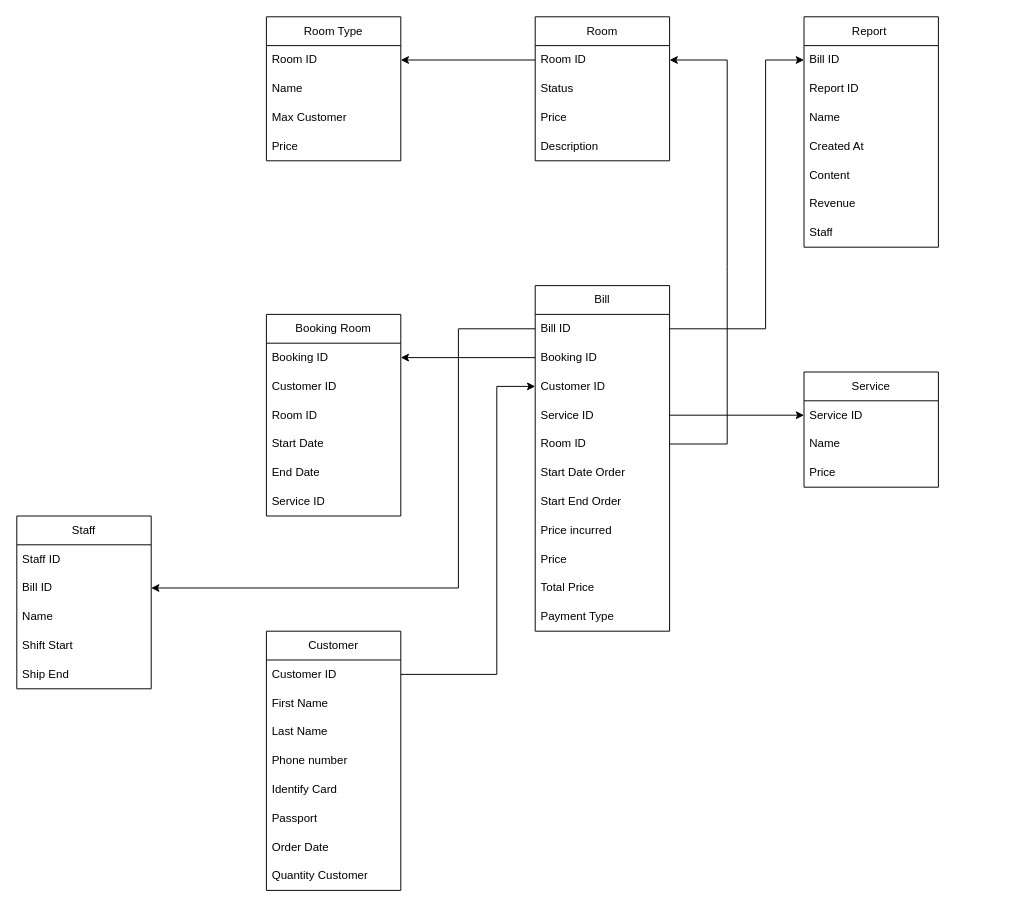
hoangdat12/Lexical- keeps this draw.io diagram as Untitled Diagram.drawio. Above is the earlier version. Source tidied: cells renumbered, new cells numbered last; positions are measured from the earlier drawing's top-left corner, leaving out a move shared by most shapes. Both pictures are drawn from the tidied source at 96%, with x=0, y=0 at pixel (16, 16).
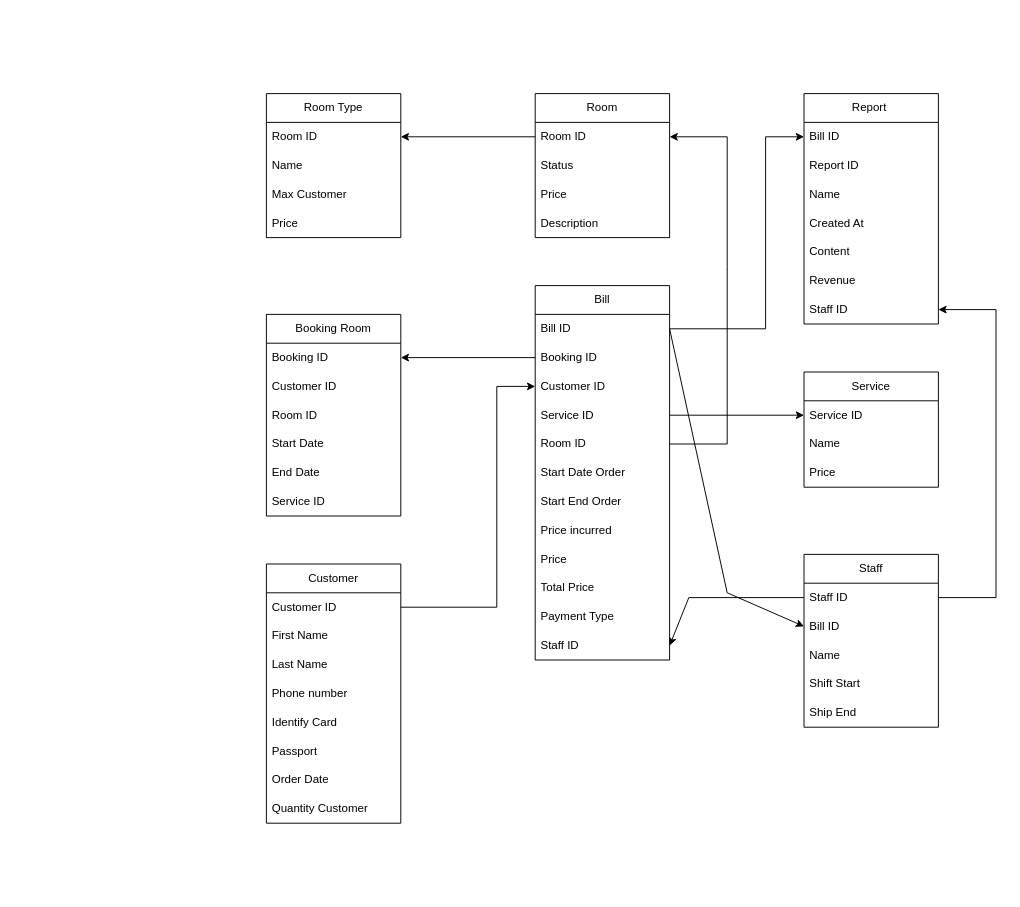
The same diagram, later.

Unchanged cells that the change refers to:
```xml
<mxCell id="3" value="Room ID" style="text;strokeColor=none;fillColor=none;align=left;verticalAlign=middle;spacingLeft=4;spacingRight=4;overflow=hidden;points=[[0,0.5],[1,0.5]];portConstraint=eastwest;whiteSpace=wrap;html=1;" parent="2" vertex="1">
  <mxGeometry y="30" width="140" height="30" as="geometry" />
</mxCell>
<mxCell id="8" value="Customer ID" style="text;strokeColor=none;fillColor=none;align=left;verticalAlign=middle;spacingLeft=4;spacingRight=4;overflow=hidden;points=[[0,0.5],[1,0.5]];portConstraint=eastwest;whiteSpace=wrap;html=1;" parent="7" vertex="1">
  <mxGeometry y="30" width="140" height="30" as="geometry" />
</mxCell>
<mxCell id="24" value="Bill ID" style="text;strokeColor=none;fillColor=none;align=left;verticalAlign=middle;spacingLeft=4;spacingRight=4;overflow=hidden;points=[[0,0.5],[1,0.5]];portConstraint=eastwest;whiteSpace=wrap;html=1;" parent="23" vertex="1">
  <mxGeometry y="30" width="140" height="30" as="geometry" />
</mxCell>
<mxCell id="26" value="Customer ID" style="text;strokeColor=none;fillColor=none;align=left;verticalAlign=middle;spacingLeft=4;spacingRight=4;overflow=hidden;points=[[0,0.5],[1,0.5]];portConstraint=eastwest;whiteSpace=wrap;html=1;" parent="23" vertex="1">
  <mxGeometry y="90" width="140" height="30" as="geometry" />
</mxCell>
<mxCell id="28" value="Room ID" style="text;strokeColor=none;fillColor=none;align=left;verticalAlign=middle;spacingLeft=4;spacingRight=4;overflow=hidden;points=[[0,0.5],[1,0.5]];portConstraint=eastwest;whiteSpace=wrap;html=1;" parent="23" vertex="1">
  <mxGeometry y="150" width="140" height="30" as="geometry" />
</mxCell>
<mxCell id="41" value="Bill ID" style="text;strokeColor=none;fillColor=none;align=left;verticalAlign=middle;spacingLeft=4;spacingRight=4;overflow=hidden;points=[[0,0.5],[1,0.5]];portConstraint=eastwest;whiteSpace=wrap;html=1;" parent="40" vertex="1">
  <mxGeometry y="30" width="140" height="30" as="geometry" />
</mxCell>
<mxCell id="53" value="Staff ID" style="text;strokeColor=none;fillColor=none;align=left;verticalAlign=middle;spacingLeft=4;spacingRight=4;overflow=hidden;points=[[0,0.5],[1,0.5]];portConstraint=eastwest;whiteSpace=wrap;html=1;" parent="52" vertex="1">
  <mxGeometry y="30" width="140" height="30" as="geometry" />
</mxCell>
<mxCell id="54" value="Bill ID" style="text;strokeColor=none;fillColor=none;align=left;verticalAlign=middle;spacingLeft=4;spacingRight=4;overflow=hidden;points=[[0,0.5],[1,0.5]];portConstraint=eastwest;whiteSpace=wrap;html=1;" parent="52" vertex="1">
  <mxGeometry y="60" width="140" height="30" as="geometry" />
</mxCell>
```

The edit, as a diff of the source:
```diff
@@
     <mxCell id="2" value="Room" style="swimlane;fontStyle=0;horizontal=1;startSize=30;whiteSpace=wrap;html=1;" parent="1" vertex="1">
-      <mxGeometry x="540" width="140" height="150" as="geometry" />
+      <mxGeometry x="540" y="80" width="140" height="150" as="geometry" />
     </mxCell>
@@
     <mxCell id="7" value="Customer" style="swimlane;fontStyle=0;horizontal=1;startSize=30;whiteSpace=wrap;html=1;" parent="1" vertex="1">
-      <mxGeometry x="260" y="640" width="140" height="270" as="geometry" />
+      <mxGeometry x="260" y="570" width="140" height="270" as="geometry" />
     </mxCell>
@@
     <mxCell id="23" value="Bill" style="swimlane;fontStyle=0;horizontal=1;startSize=30;whiteSpace=wrap;html=1;" parent="1" vertex="1">
-      <mxGeometry x="540" y="280" width="140" height="360" as="geometry" />
+      <mxGeometry x="540" y="280" width="140" height="390" as="geometry" />
     </mxCell>
@@
+    <mxCell id="65" value="Staff ID" style="text;strokeColor=none;fillColor=none;align=left;verticalAlign=middle;spacingLeft=4;spacingRight=4;overflow=hidden;points=[[0,0.5],[1,0.5]];portConstraint=eastwest;whiteSpace=wrap;html=1;" parent="23" vertex="1">
+      <mxGeometry y="360" width="140" height="30" as="geometry" />
+    </mxCell>
     <mxCell id="35" value="Room Type" style="swimlane;fontStyle=0;horizontal=1;startSize=30;whiteSpace=wrap;html=1;" parent="1" vertex="1">
-      <mxGeometry x="260" width="140" height="150" as="geometry" />
+      <mxGeometry x="260" y="80" width="140" height="150" as="geometry" />
     </mxCell>
@@
     <mxCell id="40" value="Report&amp;nbsp;" style="swimlane;fontStyle=0;horizontal=1;startSize=30;whiteSpace=wrap;html=1;" parent="1" vertex="1">
-      <mxGeometry x="820" width="140" height="240" as="geometry" />
+      <mxGeometry x="820" y="80" width="140" height="240" as="geometry" />
     </mxCell>
@@
-    <mxCell id="47" value="Staff" style="text;strokeColor=none;fillColor=none;align=left;verticalAlign=middle;spacingLeft=4;spacingRight=4;overflow=hidden;points=[[0,0.5],[1,0.5]];portConstraint=eastwest;whiteSpace=wrap;html=1;" parent="40" vertex="1">
+    <mxCell id="47" value="Staff ID" style="text;strokeColor=none;fillColor=none;align=left;verticalAlign=middle;spacingLeft=4;spacingRight=4;overflow=hidden;points=[[0,0.5],[1,0.5]];portConstraint=eastwest;whiteSpace=wrap;html=1;" parent="40" vertex="1">
       <mxGeometry y="210" width="140" height="30" as="geometry" />
     </mxCell>
@@
     <mxCell id="52" value="Staff" style="swimlane;fontStyle=0;horizontal=1;startSize=30;whiteSpace=wrap;html=1;" parent="1" vertex="1">
-      <mxGeometry y="520" width="140" height="180" as="geometry" />
+      <mxGeometry x="820" y="560" width="140" height="180" as="geometry" />
     </mxCell>
@@
     <mxCell id="61" style="endArrow=classic;html=1;rounded=0;exitX=1;exitY=0.5;exitDx=0;exitDy=0;entryX=0;entryY=0.5;entryDx=0;entryDy=0;" parent="1" edge="1" source="8" target="26">
       <mxGeometry relative="1" as="geometry">
         <Array as="points">
-          <mxPoint x="500" y="685" />
+          <mxPoint x="500" y="615" />
           <mxPoint x="500" y="385" />
         </Array>
       </mxGeometry>
     </mxCell>
     <mxCell id="62" style="endArrow=classic;html=1;rounded=0;exitX=1;exitY=0.5;exitDx=0;exitDy=0;entryX=1;entryY=0.5;entryDx=0;entryDy=0;" parent="1" edge="1" source="28" target="3">
       <mxGeometry relative="1" as="geometry">
         <Array as="points">
           <mxPoint x="740" y="445" />
           <mxPoint x="740" y="260" />
-          <mxPoint x="740" y="45" />
+          <mxPoint x="740" y="125" />
         </Array>
       </mxGeometry>
     </mxCell>
+    <mxCell id="64" style="endArrow=classic;html=1;rounded=0;exitX=1;exitY=0.5;exitDx=0;exitDy=0;entryX=0;entryY=0.5;entryDx=0;entryDy=0;" parent="1" edge="1" source="24" target="41">
+      <mxGeometry relative="1" as="geometry">
+        <Array as="points">
+          <mxPoint x="780" y="325" />
+          <mxPoint x="780" y="125" />
+        </Array>
+      </mxGeometry>
+    </mxCell>
-    <mxCell id="63" style="endArrow=classic;html=1;rounded=0;exitX=0;exitY=0.5;exitDx=0;exitDy=0;entryX=1;entryY=0.5;entryDx=0;entryDy=0;" parent="1" edge="1" source="24" target="54">
+    <mxCell id="63" style="endArrow=classic;html=1;rounded=0;exitX=1;exitY=0.5;exitDx=0;exitDy=0;entryX=0;entryY=0.5;entryDx=0;entryDy=0;" parent="1" edge="1" source="24" target="54">
       <mxGeometry relative="1" as="geometry">
         <Array as="points">
-          <mxPoint x="460" y="325" />
-          <mxPoint x="460" y="595" />
+          <mxPoint x="740" y="600" />
         </Array>
       </mxGeometry>
     </mxCell>
-    <mxCell id="64" style="endArrow=classic;html=1;rounded=0;exitX=1;exitY=0.5;exitDx=0;exitDy=0;entryX=0;entryY=0.5;entryDx=0;entryDy=0;" parent="1" edge="1" source="24" target="41">
-      <mxGeometry relative="1" as="geometry">
-        <Array as="points">
-          <mxPoint x="780" y="325" />
-          <mxPoint x="780" y="45" />
-        </Array>
-      </mxGeometry>
-    </mxCell>
+    <mxCell id="66" style="endArrow=classic;html=1;rounded=0;exitX=0;exitY=0.5;exitDx=0;exitDy=0;entryX=1;entryY=0.5;entryDx=0;entryDy=0;" parent="1" edge="1" source="53" target="65">
+      <mxGeometry relative="1" as="geometry">
+        <Array as="points">
+          <mxPoint x="700" y="605" />
+        </Array>
+      </mxGeometry>
+    </mxCell>
+    <mxCell id="67" style="endArrow=classic;html=1;rounded=0;exitX=1;exitY=0.5;exitDx=0;exitDy=0;entryX=1;entryY=0.5;entryDx=0;entryDy=0;" parent="1" edge="1" source="53" target="47">
+      <mxGeometry relative="1" as="geometry">
+        <Array as="points">
+          <mxPoint x="1020" y="605" />
+          <mxPoint x="1020" y="305" />
+        </Array>
+      </mxGeometry>
+    </mxCell>
```
